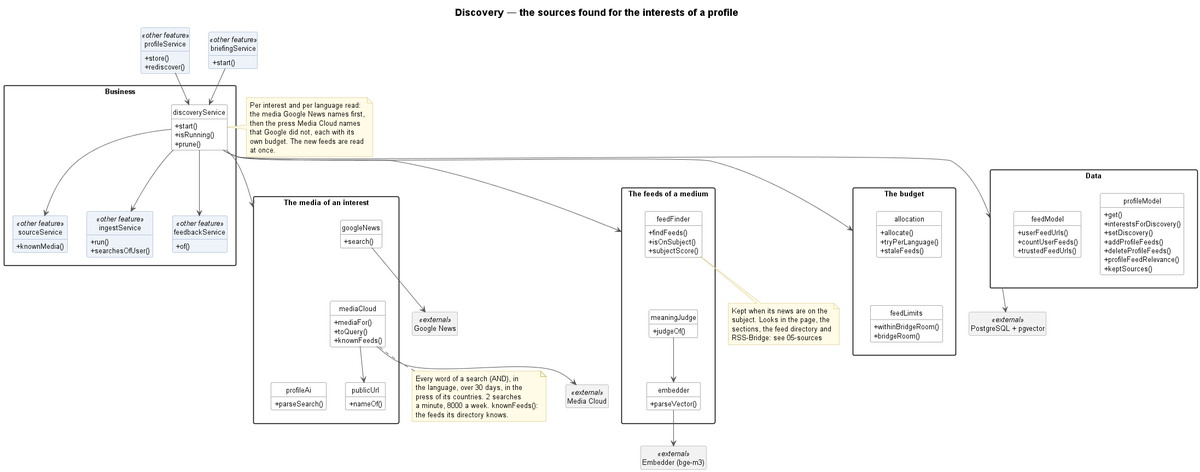
Before: docs/UML/sprint4/07-discovery.png, a diagram exported from PlantUML (TPI2026-NewsGenerator/NewsGenerator-Backend). Source of this version:
```plantuml
@startuml 07-discovery
!include _style.iuml
title Discovery — the sources found for the interests of a profile

class profileService <<other feature>> {
    + store()
    + rediscover()
}
class briefingService <<other feature>> {
    + start()
}
package "Business" {
    class discoveryService {
        + start()
        + isRunning()
        + prune()
    }
    class sourceService <<other feature>> {
        + knownMedia()
    }
    class ingestService <<other feature>> {
        + run()
        + searchesOfUser()
    }
    class feedbackService <<other feature>> {
        + of()
    }
}
note right of discoveryService
    Per interest and per language read:
    the media Google News names first,
    then the press Media Cloud names
    that Google did not, each with its
    own budget. The new feeds are read
    at once.
end note
package "Data" as Data {
    class profileModel {
        + get()
        + interestsForDiscovery()
        + setDiscovery()
        + addProfileFeeds()
        + deleteProfileFeeds()
        + profileFeedRelevance()
        + keptSources()
    }
    class feedModel {
        + userFeedUrls()
        + countUserFeeds()
        + trustedFeedUrls()
    }
}
package "The media of an interest" as Media {
    class googleNews {
        + search()
    }
    class mediaCloud {
        + mediaFor()
        + toQuery()
        + knownFeeds()
    }
    class profileAi {
        + parseSearch()
    }
    class publicUrl {
        + nameOf()
    }
}
note bottom of mediaCloud
    Every word of a search (AND), in
    the language, over 30 days, in the
    press of its countries. 2 searches
    a minute, 8000 a week. knownFeeds():
    the feeds its directory knows.
end note
package "The feeds of a medium" as Feeds {
    class feedFinder {
        + findFeeds()
        + isOnSubject()
        + subjectScore()
    }
    class meaningJudge {
        + judgeOf()
    }
    class embedder {
        + parseVector()
    }
}
note bottom of feedFinder
    Kept when its news are on the
    subject. Looks in the page, the
    sections, the feed directory and
    RSS-Bridge: see 05-sources
end note
package "The budget" as Budget {
    class allocation {
        + allocate()
        + tryPerLanguage()
        + staleFeeds()
    }
    class feedLimits {
        + withinBridgeRoom()
        + bridgeRoom()
    }
}
class "Google News" as GoogleNewsApi <<external>>
class "Media Cloud" as MediaCloudApi <<external>>
class "Embedder (bge-m3)" as Embedder <<external>>
class "PostgreSQL + pgvector" as PostgreSQL <<external>>

googleNews -[hidden]down- mediaCloud
mediaCloud -[hidden]down- profileAi
feedFinder -[hidden]down- meaningJudge
allocation -[hidden]down- feedLimits

profileService --> discoveryService
briefingService --> discoveryService
discoveryService --> sourceService
discoveryService --> ingestService
discoveryService --> feedbackService
discoveryService --> Data
discoveryService --> Media
discoveryService --> Feeds
discoveryService --> Budget
mediaCloud --> publicUrl
meaningJudge --> embedder
googleNews --> GoogleNewsApi
mediaCloud --> MediaCloudApi
embedder --> Embedder
Data --> PostgreSQL
@enduml
```
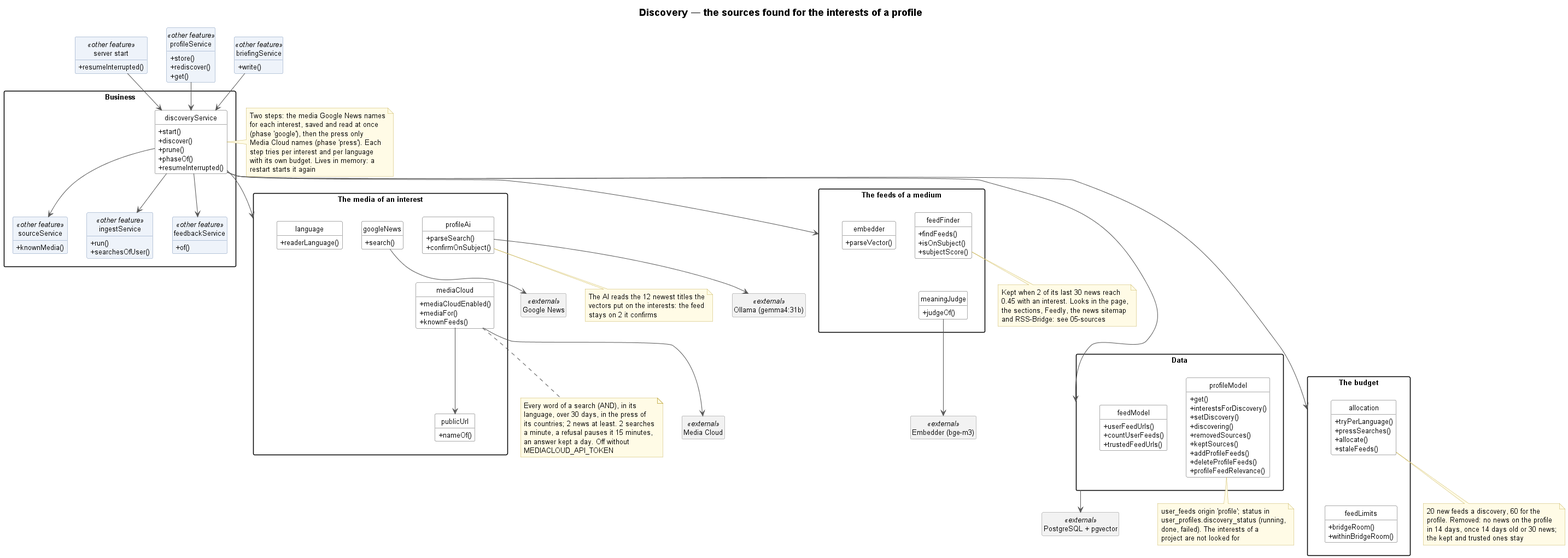
After the change.

The edit, as a diff of the source:
```diff
@@ -2,18 +2,24 @@
 !include _style.iuml
 title Discovery — the sources found for the interests of a profile
 
+class "server start" as ServerStart <<other feature>> {
+    + resumeInterrupted()
+}
 class profileService <<other feature>> {
     + store()
     + rediscover()
+    + get()
 }
 class briefingService <<other feature>> {
-    + start()
+    + write()
 }
 package "Business" {
     class discoveryService {
         + start()
-        + isRunning()
+        + discover()
         + prune()
+        + phaseOf()
+        + resumeInterrupted()
     }
     class sourceService <<other feature>> {
         + knownMedia()
@@ -27,22 +33,25 @@
     }
 }
 note right of discoveryService
-    Per interest and per language read:
-    the media Google News names first,
-    then the press Media Cloud names
-    that Google did not, each with its
-    own budget. The new feeds are read
-    at once.
+    Two steps: the media Google News names
+    for each interest, saved and read at once
+    (phase 'google'), then the press only
+    Media Cloud names (phase 'press'). Each
+    step tries per interest and per language
+    with its own budget. Lives in memory: a
+    restart starts it again
 end note
 package "Data" as Data {
     class profileModel {
         + get()
         + interestsForDiscovery()
         + setDiscovery()
+        + discovering()
+        + removedSources()
+        + keptSources()
         + addProfileFeeds()
         + deleteProfileFeeds()
         + profileFeedRelevance()
-        + keptSources()
     }
     class feedModel {
         + userFeedUrls()
@@ -50,28 +59,44 @@
         + trustedFeedUrls()
     }
 }
+note bottom of profileModel
+    user_feeds origin 'profile'; status in
+    user_profiles.discovery_status (running,
+    done, failed). The interests of a
+    project are not looked for
+end note
 package "The media of an interest" as Media {
     class googleNews {
         + search()
     }
     class mediaCloud {
+        + mediaCloudEnabled()
         + mediaFor()
-        + toQuery()
         + knownFeeds()
     }
     class profileAi {
         + parseSearch()
+        + confirmOnSubject()
     }
     class publicUrl {
         + nameOf()
     }
+    class language {
+        + readerLanguage()
+    }
 }
 note bottom of mediaCloud
-    Every word of a search (AND), in
-    the language, over 30 days, in the
-    press of its countries. 2 searches
-    a minute, 8000 a week. knownFeeds():
-    the feeds its directory knows.
+    Every word of a search (AND), in its
+    language, over 30 days, in the press of
+    its countries; 2 news at least. 2 searches
+    a minute, a refusal pauses it 15 minutes,
+    an answer kept a day. Off without
+    MEDIACLOUD_API_TOKEN
+end note
+note bottom of profileAi
+    The AI reads the 12 newest titles the
+    vectors put on the interests: the feed
+    stays on 2 it confirms
 end note
 package "The feeds of a medium" as Feeds {
     class feedFinder {
@@ -87,45 +112,53 @@
     }
 }
 note bottom of feedFinder
-    Kept when its news are on the
-    subject. Looks in the page, the
-    sections, the feed directory and
-    RSS-Bridge: see 05-sources
+    Kept when 2 of its last 30 news reach
+    0.45 with an interest. Looks in the page,
+    the sections, Feedly, the news sitemap
+    and RSS-Bridge: see 05-sources
 end note
 package "The budget" as Budget {
     class allocation {
+        + tryPerLanguage()
+        + pressSearches()
         + allocate()
-        + tryPerLanguage()
         + staleFeeds()
     }
     class feedLimits {
+        + bridgeRoom()
         + withinBridgeRoom()
-        + bridgeRoom()
     }
 }
+note bottom of allocation
+    20 new feeds a discovery, 60 for the
+    profile. Removed: no news on the profile
+    in 14 days, once 14 days old or 30 news;
+    the kept and trusted ones stay
+end note
 class "Google News" as GoogleNewsApi <<external>>
 class "Media Cloud" as MediaCloudApi <<external>>
 class "Embedder (bge-m3)" as Embedder <<external>>
+class "Ollama (gemma4:31b)" as Ollama <<external>>
 class "PostgreSQL + pgvector" as PostgreSQL <<external>>
 
 googleNews -[hidden]down- mediaCloud
-mediaCloud -[hidden]down- profileAi
 feedFinder -[hidden]down- meaningJudge
 allocation -[hidden]down- feedLimits
 
+ServerStart --> discoveryService
 profileService --> discoveryService
 briefingService --> discoveryService
 discoveryService --> sourceService
 discoveryService --> ingestService
 discoveryService --> feedbackService
-discoveryService --> Data
+discoveryService ----> Data
 discoveryService --> Media
 discoveryService --> Feeds
-discoveryService --> Budget
+discoveryService ----> Budget
 mediaCloud --> publicUrl
-meaningJudge --> embedder
 googleNews --> GoogleNewsApi
 mediaCloud --> MediaCloudApi
-embedder --> Embedder
+profileAi --> Ollama
+meaningJudge --> Embedder
 Data --> PostgreSQL
 @enduml
```
